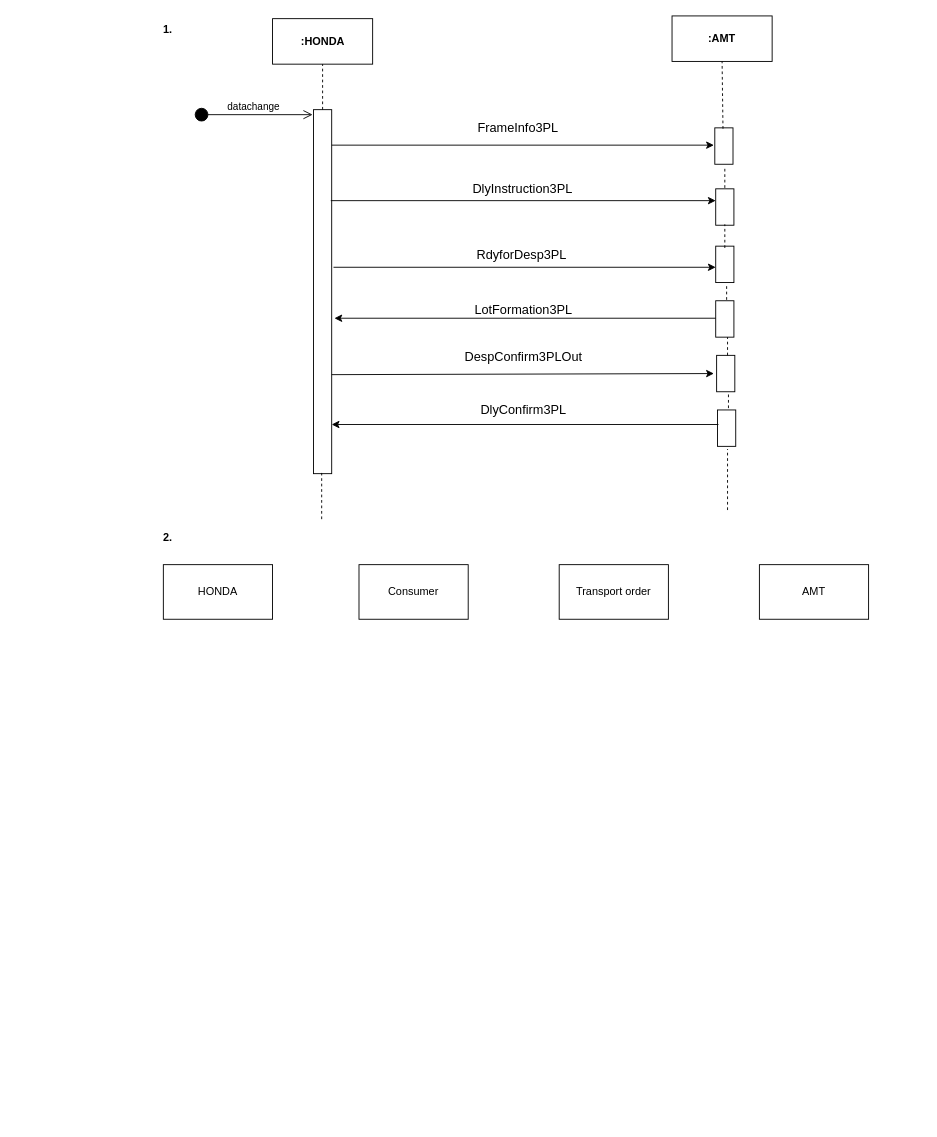
This is sequence diagram Honda.drawio from annastazi02/diagrams, a draw.io file, before an edit. Source tidied: cells renumbered, new cells numbered last; positions are measured from the earlier drawing's top-left corner, leaving out a move shared by most shapes. Both pictures are drawn from the tidied source at 91%, with x=0, y=0 at pixel (149, 15).
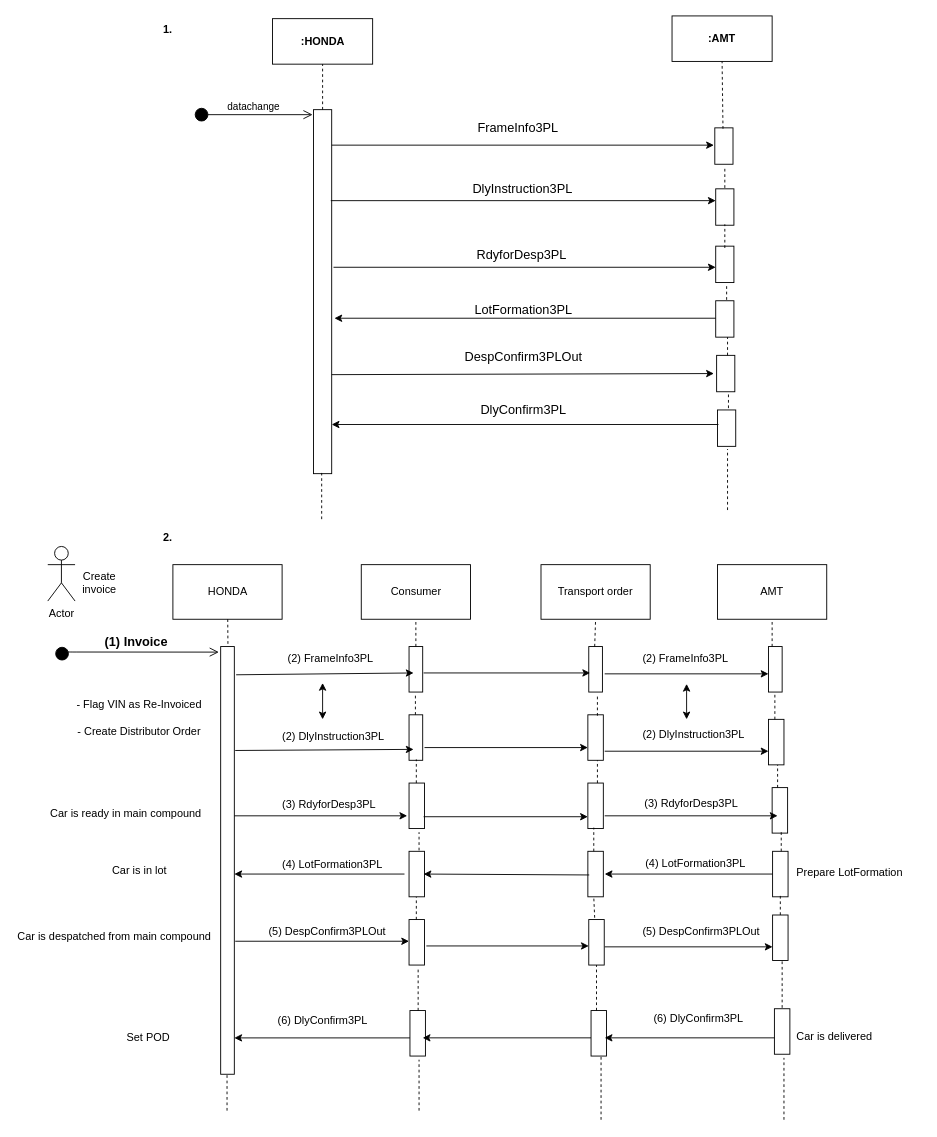
The same diagram, later.

Diff of the diagram source:
```diff
@@
     <mxCell id="33" value="HONDA" style="rounded=0;whiteSpace=wrap;html=1;" parent="1" vertex="1">
-      <mxGeometry x="15" y="603" width="120" height="60" as="geometry" />
+      <mxGeometry x="25.5" y="603" width="120" height="60" as="geometry" />
     </mxCell>
     <mxCell id="34" value="Consumer" style="rounded=0;whiteSpace=wrap;html=1;" parent="1" vertex="1">
-      <mxGeometry x="230" y="603" width="120" height="60" as="geometry" />
+      <mxGeometry x="232.5" y="603" width="120" height="60" as="geometry" />
     </mxCell>
     <mxCell id="35" value="Transport order" style="rounded=0;whiteSpace=wrap;html=1;" parent="1" vertex="1">
-      <mxGeometry x="450" y="603" width="120" height="60" as="geometry" />
+      <mxGeometry x="430" y="603" width="120" height="60" as="geometry" />
     </mxCell>
     <mxCell id="36" value="AMT" style="rounded=0;whiteSpace=wrap;html=1;" parent="1" vertex="1">
-      <mxGeometry x="670" y="603" width="120" height="60" as="geometry" />
+      <mxGeometry x="624" y="603" width="120" height="60" as="geometry" />
     </mxCell>
@@
+    <mxCell id="39" style="html=1;points=[];perimeter=orthogonalPerimeter;" parent="1" vertex="1">
+      <mxGeometry x="78" y="693" width="15" height="470" as="geometry" />
+    </mxCell>
+    <mxCell id="40" style="html=1;points=[];perimeter=orthogonalPerimeter;" parent="1" vertex="1">
+      <mxGeometry x="285" y="693" width="15" height="50" as="geometry" />
+    </mxCell>
+    <mxCell id="41" style="endArrow=classic;html=1;exitX=1.133;exitY=0.066;exitDx=0;exitDy=0;exitPerimeter=0;entryX=0.333;entryY=0.58;entryDx=0;entryDy=0;entryPerimeter=0;" parent="1" edge="1" source="39" target="40">
+      <mxGeometry relative="1" as="geometry" />
+    </mxCell>
+    <mxCell id="42" style="html=1;points=[];perimeter=orthogonalPerimeter;" parent="1" vertex="1">
+      <mxGeometry x="482.5" y="693" width="15" height="50" as="geometry" />
+    </mxCell>
+    <mxCell id="43" style="endArrow=classic;html=1;" parent="1" edge="1">
+      <mxGeometry relative="1" as="geometry">
+        <mxPoint x="301" y="722" as="sourcePoint" />
+        <mxPoint x="484" y="722" as="targetPoint" />
+      </mxGeometry>
+    </mxCell>
+    <mxCell id="44" style="html=1;points=[];perimeter=orthogonalPerimeter;" parent="1" vertex="1">
+      <mxGeometry x="285" y="768" width="15" height="50" as="geometry" />
+    </mxCell>
+    <mxCell id="45" style="html=1;points=[];perimeter=orthogonalPerimeter;" parent="1" vertex="1">
+      <mxGeometry x="285" y="843" width="17" height="50" as="geometry" />
+    </mxCell>
+    <mxCell id="46" style="html=1;points=[];perimeter=orthogonalPerimeter;" parent="1" vertex="1">
+      <mxGeometry x="684" y="848" width="17" height="50" as="geometry" />
+    </mxCell>
+    <mxCell id="47" style="html=1;points=[];perimeter=orthogonalPerimeter;" parent="1" vertex="1">
+      <mxGeometry x="680" y="693" width="15" height="50" as="geometry" />
+    </mxCell>
+    <mxCell id="48" style="endArrow=classic;html=1;" parent="1" edge="1" target="47">
+      <mxGeometry relative="1" as="geometry">
+        <mxPoint x="500" y="723" as="sourcePoint" />
+      </mxGeometry>
+    </mxCell>
+    <mxCell id="49" style="endArrow=classic;html=1;exitX=1.067;exitY=0.243;exitDx=0;exitDy=0;exitPerimeter=0;entryX=0.333;entryY=0.76;entryDx=0;entryDy=0;entryPerimeter=0;" parent="1" edge="1" source="39" target="44">
+      <mxGeometry relative="1" as="geometry" />
+    </mxCell>
+    <mxCell id="50" style="endArrow=classic;html=1;entryX=-0.118;entryY=0.72;entryDx=0;entryDy=0;entryPerimeter=0;" parent="1" edge="1" source="39" target="45">
+      <mxGeometry relative="1" as="geometry" />
+    </mxCell>
+    <mxCell id="51" value="(2) FrameInfo3PL" style="text;html=1;" parent="1" vertex="1">
+      <mxGeometry x="150" y="693" width="100" height="30" as="geometry" />
+    </mxCell>
+    <mxCell id="52" value="(2) DlyInstruction3PL" style="text;html=1;" parent="1" vertex="1">
+      <mxGeometry x="144" y="778" width="120" height="30" as="geometry" />
+    </mxCell>
+    <mxCell id="53" value="(3) RdyforDesp3PL" style="text;html=1;" parent="1" vertex="1">
+      <mxGeometry x="143.5" y="853" width="110" height="30" as="geometry" />
+    </mxCell>
+    <mxCell id="54" style="endArrow=none;dashed=1;html=1;" parent="1" edge="1" source="33">
+      <mxGeometry relative="1" as="geometry">
+        <mxPoint x="86" y="693" as="targetPoint" />
+      </mxGeometry>
+    </mxCell>
+    <mxCell id="55" style="endArrow=none;dashed=1;html=1;entryX=0.5;entryY=1;entryDx=0;entryDy=0;" parent="1" edge="1" source="40" target="34">
+      <mxGeometry relative="1" as="geometry" />
+    </mxCell>
+    <mxCell id="56" style="endArrow=none;dashed=1;html=1;entryX=0.5;entryY=1;entryDx=0;entryDy=0;exitX=0.433;exitY=0;exitDx=0;exitDy=0;exitPerimeter=0;" parent="1" edge="1" source="42" target="35">
+      <mxGeometry relative="1" as="geometry" />
+    </mxCell>
+    <mxCell id="57" style="endArrow=none;dashed=1;html=1;entryX=0.5;entryY=1;entryDx=0;entryDy=0;" parent="1" edge="1" source="47" target="36">
+      <mxGeometry relative="1" as="geometry" />
+    </mxCell>
+    <mxCell id="58" style="html=1;points=[];perimeter=orthogonalPerimeter;" parent="1" vertex="1">
+      <mxGeometry x="481.5" y="768" width="17" height="50" as="geometry" />
+    </mxCell>
+    <mxCell id="59" style="html=1;points=[];perimeter=orthogonalPerimeter;" parent="1" vertex="1">
+      <mxGeometry x="481.5" y="843" width="17" height="50" as="geometry" />
+    </mxCell>
+    <mxCell id="60" style="html=1;points=[];perimeter=orthogonalPerimeter;" parent="1" vertex="1">
+      <mxGeometry x="680" y="773" width="17" height="50" as="geometry" />
+    </mxCell>
+    <mxCell id="61" style="endArrow=classic;html=1;exitX=1.088;exitY=0.8;exitDx=0;exitDy=0;exitPerimeter=0;" parent="1" edge="1" source="58" target="60">
+      <mxGeometry relative="1" as="geometry" />
+    </mxCell>
+    <mxCell id="62" style="endArrow=classic;html=1;exitX=1.133;exitY=0.72;exitDx=0;exitDy=0;exitPerimeter=0;" parent="1" edge="1" source="44" target="58">
+      <mxGeometry relative="1" as="geometry" />
+    </mxCell>
+    <mxCell id="63" style="endArrow=classic;html=1;exitX=0.941;exitY=0.74;exitDx=0;exitDy=0;exitPerimeter=0;" parent="1" edge="1" source="45" target="59">
+      <mxGeometry relative="1" as="geometry" />
+    </mxCell>
+    <mxCell id="64" style="endArrow=classic;html=1;exitX=1.088;exitY=0.8;exitDx=0;exitDy=0;exitPerimeter=0;entryX=0.353;entryY=0.7;entryDx=0;entryDy=0;entryPerimeter=0;" parent="1" edge="1">
+      <mxGeometry relative="1" as="geometry">
+        <mxPoint x="500" y="879" as="sourcePoint" />
+        <mxPoint x="690" y="879" as="targetPoint" />
+      </mxGeometry>
+    </mxCell>
+    <mxCell id="65" style="html=1;points=[];perimeter=orthogonalPerimeter;" parent="1" vertex="1">
+      <mxGeometry x="285" y="918" width="17" height="50" as="geometry" />
+    </mxCell>
+    <mxCell id="66" style="html=1;points=[];perimeter=orthogonalPerimeter;" parent="1" vertex="1">
+      <mxGeometry x="285" y="993" width="17" height="50" as="geometry" />
+    </mxCell>
+    <mxCell id="67" style="html=1;points=[];perimeter=orthogonalPerimeter;" parent="1" vertex="1">
+      <mxGeometry x="286" y="1093" width="17" height="50" as="geometry" />
+    </mxCell>
+    <mxCell id="68" style="endArrow=classic;html=1;exitX=0.324;exitY=0.5;exitDx=0;exitDy=0;exitPerimeter=0;" parent="1" edge="1" source="70">
+      <mxGeometry relative="1" as="geometry">
+        <mxPoint x="500" y="943" as="targetPoint" />
+      </mxGeometry>
+    </mxCell>
+    <mxCell id="69" style="html=1;points=[];perimeter=orthogonalPerimeter;" parent="1" vertex="1">
+      <mxGeometry x="481.5" y="918" width="17" height="50" as="geometry" />
+    </mxCell>
+    <mxCell id="70" style="html=1;points=[];perimeter=orthogonalPerimeter;" parent="1" vertex="1">
+      <mxGeometry x="684.5" y="918" width="17" height="50" as="geometry" />
+    </mxCell>
+    <mxCell id="71" value="(4) LotFormation3PL" style="text;html=1;" parent="1" vertex="1">
+      <mxGeometry x="543" y="918" width="120" height="30" as="geometry" />
+    </mxCell>
+    <mxCell id="72" style="endArrow=classic;html=1;exitX=0.088;exitY=0.5;exitDx=0;exitDy=0;exitPerimeter=0;entryX=0.941;entryY=0.48;entryDx=0;entryDy=0;entryPerimeter=0;" parent="1" edge="1">
+      <mxGeometry relative="1" as="geometry">
+        <mxPoint x="483" y="944" as="sourcePoint" />
+        <mxPoint x="301" y="943" as="targetPoint" />
+      </mxGeometry>
+    </mxCell>
+    <mxCell id="73" style="endArrow=classic;html=1;" parent="1" edge="1" target="39">
+      <mxGeometry relative="1" as="geometry">
+        <mxPoint x="280" y="943" as="sourcePoint" />
+      </mxGeometry>
+    </mxCell>
+    <mxCell id="74" style="html=1;points=[];perimeter=orthogonalPerimeter;" parent="1" vertex="1">
+      <mxGeometry x="482.5" y="993" width="17" height="50" as="geometry" />
+    </mxCell>
+    <mxCell id="75" style="html=1;points=[];perimeter=orthogonalPerimeter;" parent="1" vertex="1">
+      <mxGeometry x="684.5" y="988" width="17" height="50" as="geometry" />
+    </mxCell>
+    <mxCell id="76" style="html=1;points=[];perimeter=orthogonalPerimeter;" parent="1" vertex="1">
+      <mxGeometry x="485" y="1093" width="17" height="50" as="geometry" />
+    </mxCell>
+    <mxCell id="77" style="html=1;points=[];perimeter=orthogonalPerimeter;" parent="1" vertex="1">
+      <mxGeometry x="686.5" y="1091" width="17" height="50" as="geometry" />
+    </mxCell>
+    <mxCell id="78" style="endArrow=classic;html=1;exitX=1.067;exitY=0.689;exitDx=0;exitDy=0;exitPerimeter=0;" parent="1" edge="1" source="39" target="66">
+      <mxGeometry relative="1" as="geometry" />
+    </mxCell>
+    <mxCell id="79" style="endArrow=classic;html=1;exitX=1.118;exitY=0.58;exitDx=0;exitDy=0;exitPerimeter=0;" parent="1" edge="1" source="66" target="74">
+      <mxGeometry relative="1" as="geometry" />
+    </mxCell>
+    <mxCell id="80" style="endArrow=classic;html=1;exitX=1.029;exitY=0.6;exitDx=0;exitDy=0;exitPerimeter=0;" parent="1" edge="1" source="74" target="75">
+      <mxGeometry relative="1" as="geometry" />
+    </mxCell>
+    <mxCell id="81" value="(5) DespConfirm3PLOut" style="text;html=1;" parent="1" vertex="1">
+      <mxGeometry x="540" y="993" width="140" height="30" as="geometry" />
+    </mxCell>
+    <mxCell id="82" style="endArrow=classic;html=1;entryX=0.882;entryY=0.6;entryDx=0;entryDy=0;entryPerimeter=0;" parent="1" edge="1" source="77" target="76">
+      <mxGeometry relative="1" as="geometry" />
+    </mxCell>
+    <mxCell id="83" style="endArrow=classic;html=1;exitX=0;exitY=0.68;exitDx=0;exitDy=0;exitPerimeter=0;entryX=1.147;entryY=0.68;entryDx=0;entryDy=0;entryPerimeter=0;" parent="1" edge="1">
+      <mxGeometry relative="1" as="geometry">
+        <mxPoint x="485" y="1123" as="sourcePoint" />
+        <mxPoint x="300" y="1123" as="targetPoint" />
+      </mxGeometry>
+    </mxCell>
+    <mxCell id="84" style="endArrow=classic;html=1;entryX=1;entryY=0.915;entryDx=0;entryDy=0;entryPerimeter=0;" parent="1" edge="1" source="67" target="39">
+      <mxGeometry relative="1" as="geometry" />
+    </mxCell>
+    <mxCell id="85" value="(6) DlyConfirm3PL" style="text;html=1;" parent="1" vertex="1">
+      <mxGeometry x="552" y="1088" width="110" height="30" as="geometry" />
+    </mxCell>
+    <mxCell id="86" style="endArrow=none;dashed=1;html=1;entryX=0.467;entryY=1.08;entryDx=0;entryDy=0;entryPerimeter=0;" parent="1" edge="1" source="44" target="40">
+      <mxGeometry relative="1" as="geometry" />
+    </mxCell>
+    <mxCell id="87" style="endArrow=none;dashed=1;html=1;entryX=0.533;entryY=0.98;entryDx=0;entryDy=0;entryPerimeter=0;" parent="1" edge="1" source="45" target="44">
+      <mxGeometry relative="1" as="geometry" />
+    </mxCell>
+    <mxCell id="88" style="endArrow=none;dashed=1;html=1;entryX=0.647;entryY=1.08;entryDx=0;entryDy=0;entryPerimeter=0;exitX=0.647;exitY=-0.02;exitDx=0;exitDy=0;exitPerimeter=0;" parent="1" edge="1" source="65" target="45">
+      <mxGeometry relative="1" as="geometry" />
+    </mxCell>
+    <mxCell id="89" style="endArrow=none;dashed=1;html=1;entryX=0.471;entryY=1;entryDx=0;entryDy=0;entryPerimeter=0;" parent="1" edge="1" target="65">
+      <mxGeometry relative="1" as="geometry">
+        <mxPoint x="293" y="993" as="sourcePoint" />
+      </mxGeometry>
+    </mxCell>
+    <mxCell id="90" style="endArrow=none;dashed=1;html=1;entryX=0.588;entryY=1.06;entryDx=0;entryDy=0;entryPerimeter=0;" parent="1" edge="1" source="67" target="66">
+      <mxGeometry relative="1" as="geometry" />
+    </mxCell>
+    <mxCell id="91" style="endArrow=none;dashed=1;html=1;" parent="1" edge="1">
+      <mxGeometry relative="1" as="geometry">
+        <mxPoint x="492" y="769" as="sourcePoint" />
+        <mxPoint x="492" y="746" as="targetPoint" />
+      </mxGeometry>
+    </mxCell>
+    <mxCell id="92" style="endArrow=none;dashed=1;html=1;entryX=0.618;entryY=1;entryDx=0;entryDy=0;entryPerimeter=0;" parent="1" edge="1" source="59" target="58">
+      <mxGeometry relative="1" as="geometry" />
+    </mxCell>
+    <mxCell id="93" style="endArrow=none;dashed=1;html=1;" parent="1" edge="1">
+      <mxGeometry relative="1" as="geometry">
+        <mxPoint x="85" y="1203" as="sourcePoint" />
+        <mxPoint x="85" y="1163" as="targetPoint" />
+      </mxGeometry>
+    </mxCell>
+    <mxCell id="94" style="endArrow=none;dashed=1;html=1;" parent="1" edge="1">
+      <mxGeometry relative="1" as="geometry">
+        <mxPoint x="296" y="1203" as="sourcePoint" />
+        <mxPoint x="296" y="1147" as="targetPoint" />
+      </mxGeometry>
+    </mxCell>
+    <mxCell id="95" style="endArrow=none;dashed=1;html=1;entryX=0.382;entryY=0.98;entryDx=0;entryDy=0;entryPerimeter=0;" parent="1" edge="1" source="69" target="59">
+      <mxGeometry relative="1" as="geometry" />
+    </mxCell>
+    <mxCell id="96" style="endArrow=none;dashed=1;html=1;exitX=0.382;exitY=-0.04;exitDx=0;exitDy=0;exitPerimeter=0;" parent="1" edge="1" source="74">
+      <mxGeometry relative="1" as="geometry">
+        <mxPoint x="488" y="968" as="targetPoint" />
+      </mxGeometry>
+    </mxCell>
+    <mxCell id="97" style="endArrow=none;dashed=1;html=1;" parent="1" edge="1" source="76">
+      <mxGeometry relative="1" as="geometry">
+        <mxPoint x="491" y="1043" as="targetPoint" />
+      </mxGeometry>
+    </mxCell>
+    <mxCell id="98" style="endArrow=none;dashed=1;html=1;entryX=0.647;entryY=0.98;entryDx=0;entryDy=0;entryPerimeter=0;" parent="1" edge="1" target="76">
+      <mxGeometry relative="1" as="geometry">
+        <mxPoint x="496" y="1213" as="sourcePoint" />
+      </mxGeometry>
+    </mxCell>
+    <mxCell id="99" style="endArrow=none;dashed=1;html=1;entryX=0.467;entryY=1.06;entryDx=0;entryDy=0;entryPerimeter=0;" parent="1" edge="1" source="60" target="47">
+      <mxGeometry relative="1" as="geometry" />
+    </mxCell>
+    <mxCell id="100" style="endArrow=none;dashed=1;html=1;entryX=0.588;entryY=1;entryDx=0;entryDy=0;entryPerimeter=0;" parent="1" edge="1" target="60">
+      <mxGeometry relative="1" as="geometry">
+        <mxPoint x="690" y="848" as="sourcePoint" />
+      </mxGeometry>
+    </mxCell>
+    <mxCell id="101" style="endArrow=none;dashed=1;html=1;entryX=0.588;entryY=0.98;entryDx=0;entryDy=0;entryPerimeter=0;" parent="1" edge="1" source="70" target="46">
+      <mxGeometry relative="1" as="geometry" />
+    </mxCell>
+    <mxCell id="102" style="endArrow=none;dashed=1;html=1;" parent="1" edge="1" source="75">
+      <mxGeometry relative="1" as="geometry">
+        <mxPoint x="693" y="967" as="targetPoint" />
+      </mxGeometry>
+    </mxCell>
+    <mxCell id="103" style="endArrow=none;dashed=1;html=1;entryX=0.618;entryY=1;entryDx=0;entryDy=0;entryPerimeter=0;" parent="1" edge="1" target="75">
+      <mxGeometry relative="1" as="geometry">
+        <mxPoint x="695" y="1090" as="sourcePoint" />
+      </mxGeometry>
+    </mxCell>
+    <mxCell id="104" style="endArrow=none;dashed=1;html=1;entryX=0.735;entryY=1.08;entryDx=0;entryDy=0;entryPerimeter=0;" parent="1" edge="1">
+      <mxGeometry relative="1" as="geometry">
+        <mxPoint x="697" y="1213" as="sourcePoint" />
+        <mxPoint x="697" y="1145" as="targetPoint" />
+      </mxGeometry>
+    </mxCell>
+    <mxCell id="105" value="&lt;font style=&quot;font-size: 14px&quot;&gt;&lt;b&gt;(1) Invoice&lt;/b&gt;&lt;/font&gt;" style="html=1;verticalAlign=bottom;startArrow=circle;startFill=1;endArrow=open;startSize=6;endSize=8;entryX=-0.133;entryY=0.013;entryDx=0;entryDy=0;entryPerimeter=0;" parent="1" edge="1" target="39">
+      <mxGeometry relative="1" as="geometry">
+        <mxPoint x="-104" y="703" as="sourcePoint" />
+        <Array as="points">
+          <mxPoint x="-90" y="699" />
+        </Array>
+      </mxGeometry>
+    </mxCell>
+    <mxCell id="106" value="Prepare LotFormation" style="text;html=1;" parent="1" vertex="1">
+      <mxGeometry x="709" y="928" width="140" height="30" as="geometry" />
+    </mxCell>
+    <mxCell id="107" value="Car is delivered" style="text;html=1;align=left;verticalAlign=top;spacingTop=-4;" parent="1" vertex="1">
+      <mxGeometry x="709" y="1112" width="100" height="20" as="geometry" />
+    </mxCell>
+    <mxCell id="108" value="- Flag VIN as Re-Invoiced" style="text;html=1;" parent="1" vertex="1">
+      <mxGeometry x="-82" y="743" width="160" height="30" as="geometry" />
+    </mxCell>
+    <mxCell id="109" value="Create invoice" style="text;html=1;strokeColor=none;fillColor=none;align=center;verticalAlign=middle;whiteSpace=wrap;rounded=0;" parent="1" vertex="1">
+      <mxGeometry x="-80" y="613" width="50" height="20" as="geometry" />
+    </mxCell>
+    <mxCell id="110" value="- Create Distributor Order" style="text;html=1;" parent="1" vertex="1">
+      <mxGeometry x="-81" y="773" width="160" height="30" as="geometry" />
+    </mxCell>
+    <mxCell id="111" value="(2) DlyInstruction3PL" style="text;html=1;" parent="1" vertex="1">
+      <mxGeometry x="540" y="775.5" width="140" height="30" as="geometry" />
+    </mxCell>
+    <mxCell id="112" value="(2) FrameInfo3PL" style="text;html=1;" parent="1" vertex="1">
+      <mxGeometry x="540" y="693" width="120" height="30" as="geometry" />
+    </mxCell>
+    <mxCell id="113" style="endArrow=classic;startArrow=classic;html=1;" parent="1" edge="1">
+      <mxGeometry relative="1" as="geometry">
+        <mxPoint x="190" y="773" as="sourcePoint" />
+        <mxPoint x="190" y="733" as="targetPoint" />
+      </mxGeometry>
+    </mxCell>
+    <mxCell id="114" style="endArrow=classic;startArrow=classic;html=1;" parent="1" edge="1">
+      <mxGeometry relative="1" as="geometry">
+        <mxPoint x="590" y="773" as="sourcePoint" />
+        <mxPoint x="590" y="734" as="targetPoint" />
+      </mxGeometry>
+    </mxCell>
+    <mxCell id="115" value="Car is ready in main compound" style="text;html=1;" parent="1" vertex="1">
+      <mxGeometry x="-111" y="863" width="190" height="30" as="geometry" />
+    </mxCell>
+    <mxCell id="116" value="Actor" style="shape=umlActor;verticalLabelPosition=bottom;labelBackgroundColor=#ffffff;verticalAlign=top;html=1;" parent="1" vertex="1">
+      <mxGeometry x="-112" y="583" width="30" height="60" as="geometry" />
+    </mxCell>
+    <mxCell id="117" value="(3) RdyforDesp3PL" style="text;html=1;" parent="1" vertex="1">
+      <mxGeometry x="542" y="852" width="130" height="30" as="geometry" />
+    </mxCell>
+    <mxCell id="118" value="Car is in lot" style="text;html=1;" parent="1" vertex="1">
+      <mxGeometry x="-43" y="925" width="90" height="30" as="geometry" />
+    </mxCell>
+    <mxCell id="119" value="(4) LotFormation3PL" style="text;html=1;" parent="1" vertex="1">
+      <mxGeometry x="143.5" y="919" width="130" height="30" as="geometry" />
+    </mxCell>
+    <mxCell id="120" value="(5) DespConfirm3PLOut" style="text;html=1;" parent="1" vertex="1">
+      <mxGeometry x="129" y="993" width="150" height="30" as="geometry" />
+    </mxCell>
+    <mxCell id="121" value="Car is despatched from main compound" style="text;html=1;" parent="1" vertex="1">
+      <mxGeometry x="-147" y="998" width="240" height="30" as="geometry" />
+    </mxCell>
+    <mxCell id="122" value="Set POD" style="text;html=1;" parent="1" vertex="1">
+      <mxGeometry x="-27" y="1109" width="70" height="30" as="geometry" />
+    </mxCell>
+    <mxCell id="123" value="(6) DlyConfirm3PL" style="text;html=1;" parent="1" vertex="1">
+      <mxGeometry x="138.5" y="1090" width="120" height="30" as="geometry" />
+    </mxCell>
```
